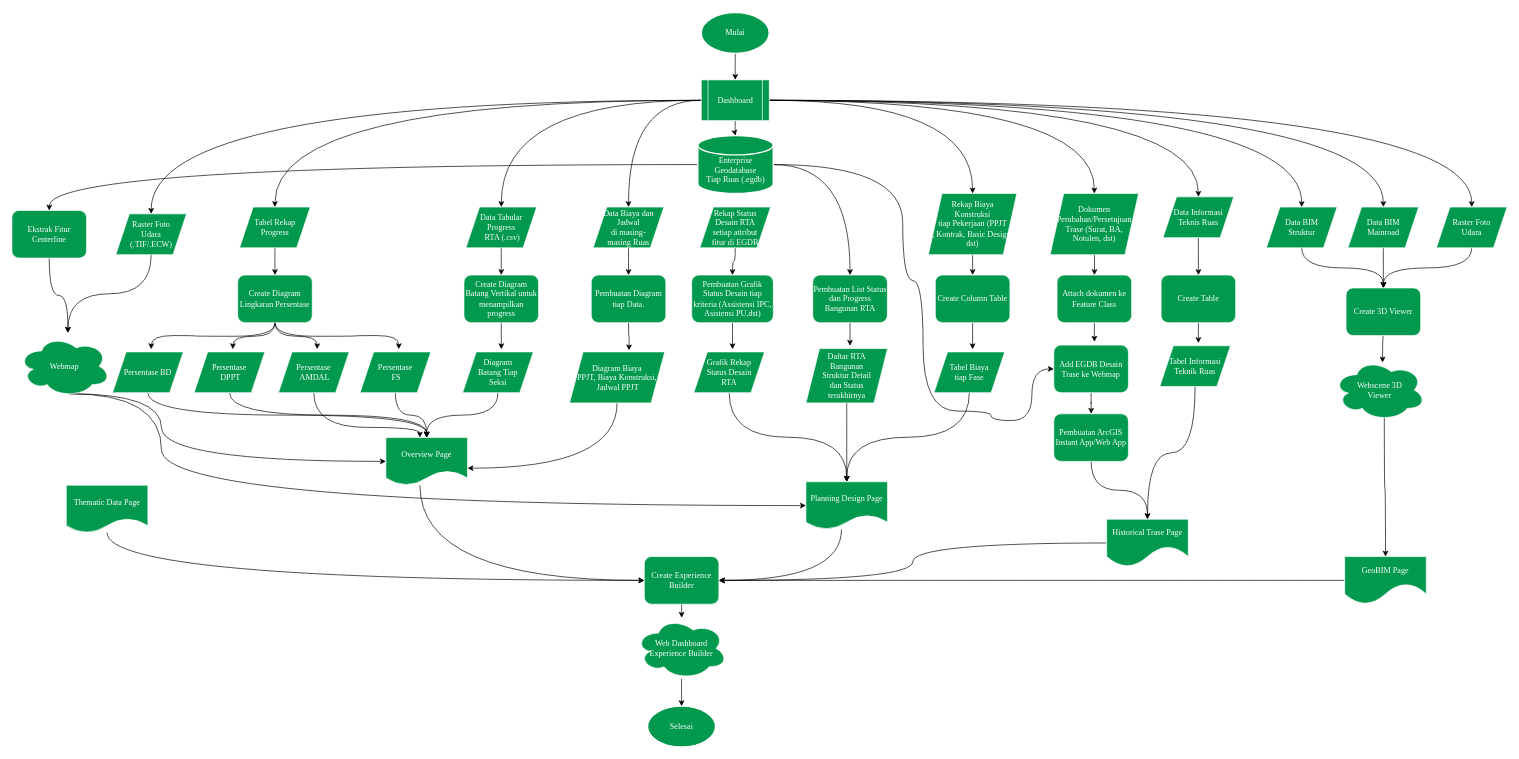
Earlier version of the draw.io diagram Flowchart GIS-Cut.drawio (dhanyyudi/filediagramalir). Source tidied: cells renumbered, new cells numbered last; positions are measured from the earlier drawing's top-left corner, leaving out a move shared by most shapes. Both pictures are drawn from the tidied source at 68%, with x=0, y=0 at pixel (12, 12).
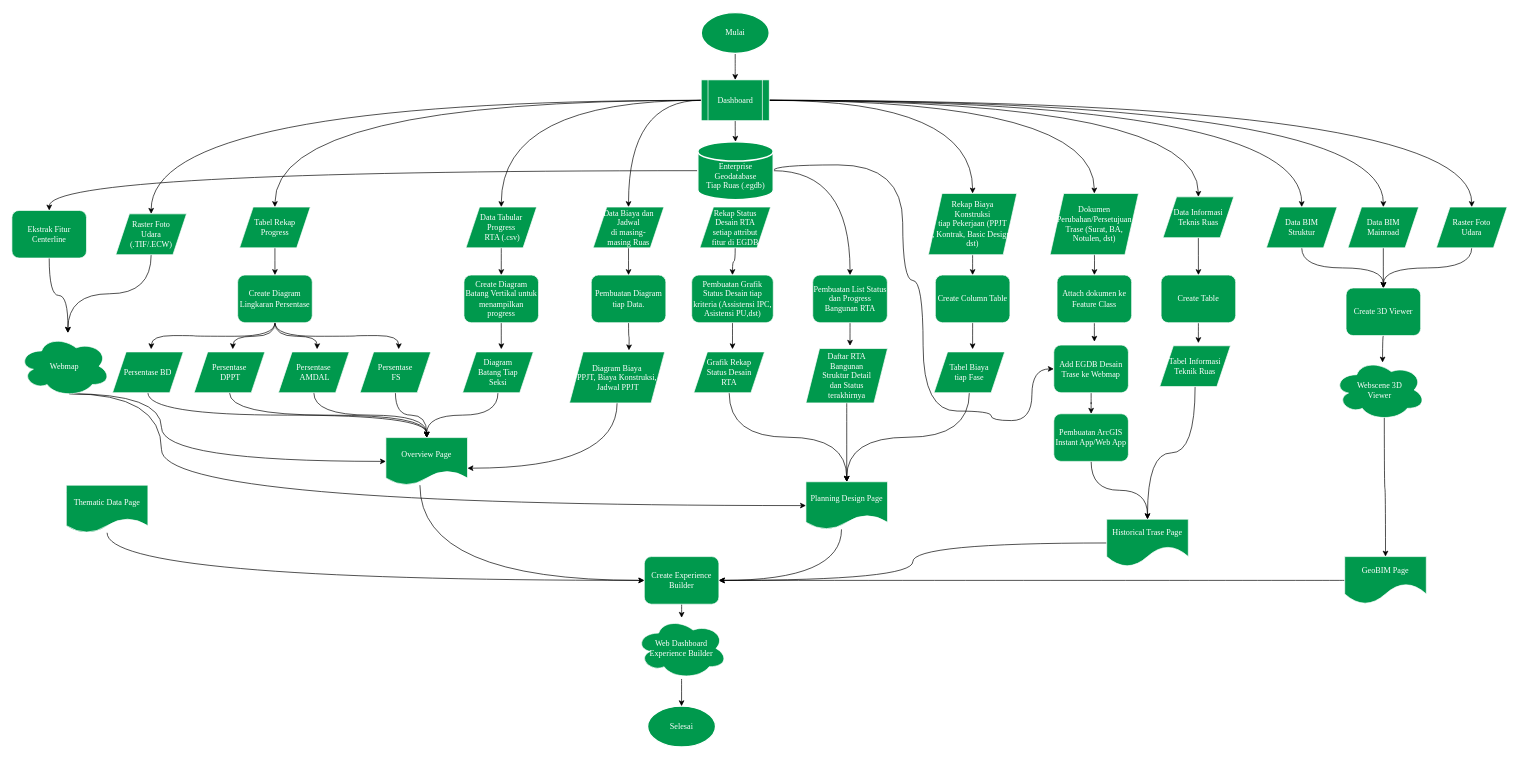
The same page after the edit.

The change refers to these unchanged cells:
```xml
<mxCell id="34" value="&lt;font face=&quot;Times New Roman&quot;&gt;Persentase&lt;br&gt;&amp;nbsp;AMDAL&lt;/font&gt;" style="shape=parallelogram;perimeter=parallelogramPerimeter;whiteSpace=wrap;html=1;fixedSize=1;strokeColor=#FFFFFF;fontFamily=Tahoma;fontColor=#FFFFFF;fillColor=#00994D;" parent="1" vertex="1">
  <mxGeometry x="392" y="499" width="104" height="60" as="geometry" />
</mxCell>
<mxCell id="57" value="Overview Page" style="shape=document;whiteSpace=wrap;html=1;boundedLbl=1;labelBackgroundColor=none;strokeColor=#FFFFFF;fontFamily=Times New Roman;fontSize=12;fontColor=#FFFFFF;fillColor=#00994D;" parent="1" vertex="1">
  <mxGeometry x="550" y="625" width="120" height="70" as="geometry" />
</mxCell>
```

Diff of the diagram source:
```diff
@@
-    <mxCell id="33" style="edgeStyle=orthogonalEdgeStyle;curved=1;rounded=0;jettySize=auto;html=1;exitX=0.5;exitY=1;exitDx=0;exitDy=0;fontFamily=Times New Roman;fontSize=12;fontColor=#000000;" parent="1" edge="1" source="34" target="57">
-      <mxGeometry relative="1" as="geometry">
-        <Array as="points">
-          <mxPoint x="444" y="610" />
-          <mxPoint x="600" y="610" />
-        </Array>
-      </mxGeometry>
+    <mxCell id="33" style="edgeStyle=orthogonalEdgeStyle;curved=1;rounded=0;jettySize=auto;html=1;exitX=0.5;exitY=1;exitDx=0;exitDy=0;entryX=0.5;entryY=0;entryDx=0;entryDy=0;fontSize=9;" parent="1" edge="1" source="34" target="57">
+      <mxGeometry relative="1" as="geometry" />
     </mxCell>
@@
     <mxCell id="103" value="&lt;font color=&quot;#ffffff&quot;&gt;&lt;br&gt;Enterprise Geodatabase &lt;br&gt;Tiap Ruas (.egdb)&lt;/font&gt;" style="strokeWidth=2;html=1;shape=mxgraph.flowchart.database;whiteSpace=wrap;strokeColor=#FFFFFF;fontFamily=Times New Roman;fontSize=12;fontColor=#000000;fillColor=#00994D;align=center;" parent="1" vertex="1">
-      <mxGeometry x="1008.7" y="181" width="110.9" height="85" as="geometry" />
+      <mxGeometry x="1008.7" y="190" width="110.9" height="85" as="geometry" />
     </mxCell>
```
